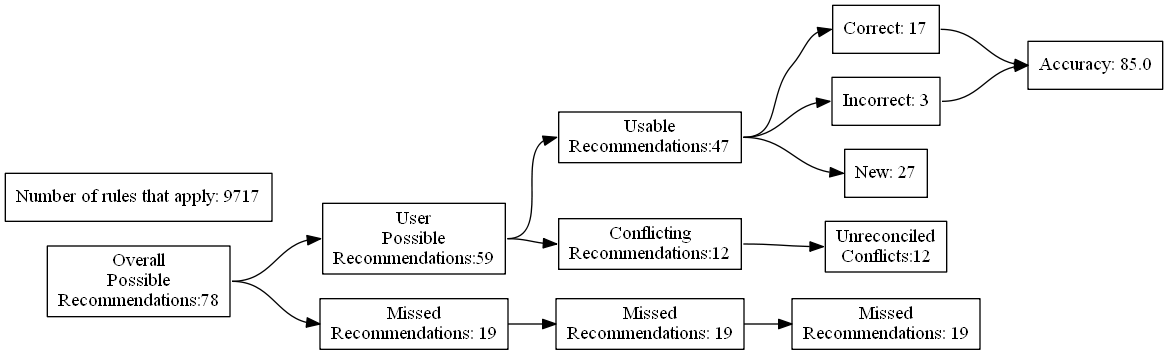
ZaxR/ibd_diet_analysis keeps this Graphviz diagram as test_renders/85.gv.png. Above is the earlier version. Its source is kept beside it as test_renders/85.gv.
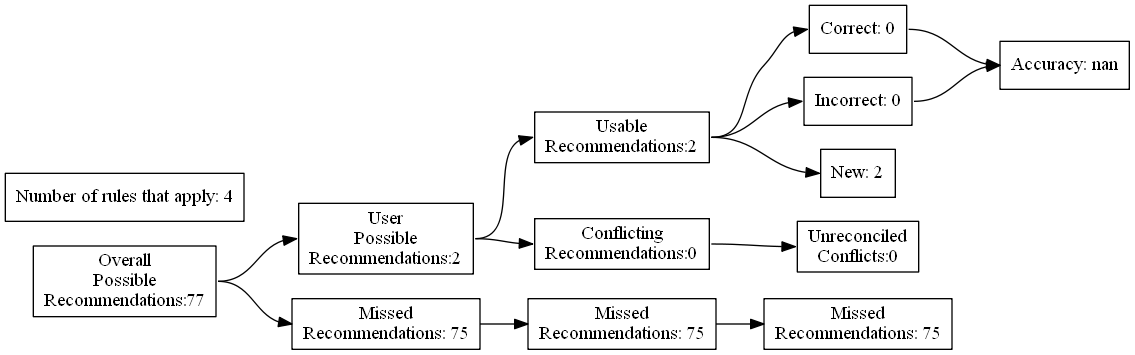
The same diagram one commit later.

The edit, as a diff of the source:
```diff
@@ -4,27 +4,27 @@
 	edge [headport=w tailport=e]
 		A [label="Overall
 Possible
-Recommendations:78"]
+Recommendations:77"]
 		B [label="User
 Possible
-Recommendations:59"]
+Recommendations:2"]
 		C [label="Missed
-Recommendations: 19"]
+Recommendations: 75"]
 		D [label="Usable
-Recommendations:47"]
+Recommendations:2"]
 		E [label="Conflicting
-Recommendations:12"]
+Recommendations:0"]
 		J [label="Missed
-Recommendations: 19"]
+Recommendations: 75"]
 		M [label="Unreconciled
-Conflicts:12"]
-		F [label="Correct: 17"]
-		G [label="Incorrect: 3"]
-		H [label="New: 27"]
+Conflicts:0"]
+		F [label="Correct: 0"]
+		G [label="Incorrect: 0"]
+		H [label="New: 2"]
 		K [label="Missed
-Recommendations: 19"]
-		I [label="Accuracy: 85.0"]
-		l [label="Number of rules that apply: 9717"]
+Recommendations: 75"]
+		I [label="Accuracy: nan"]
+		l [label="Number of rules that apply: 4"]
 			A -> B
 			A -> C
 			B -> D
```
